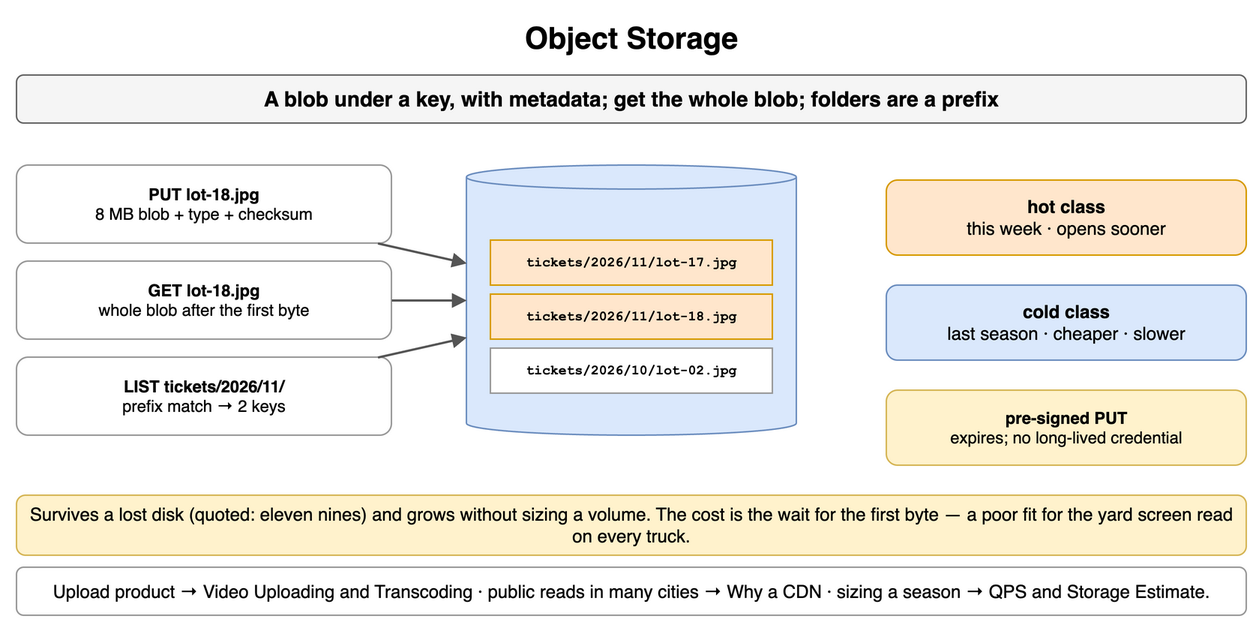
The draw.io diagram content/09_System_Design_Interview/13_Storage_and_Data_Processing_at_Scale/diagrams/storage-processing-1-object-storage.png in amendez13/swe-study-guide, before a commit. Source tidied: cells renumbered, new cells last; positions are measured from the earlier drawing's top-left corner, leaving out a move shared by most shapes. The source it was exported from:
```xml
<mxGraphModel>
  <root>
    <mxCell id="0" />
    <mxCell id="1" parent="0" />
    <mxCell id="2" value="Object Storage" style="text;html=1;align=center;verticalAlign=middle;whiteSpace=wrap;fontSize=20;fontStyle=1;" parent="1" vertex="1">
      <mxGeometry width="820" height="30" as="geometry" />
    </mxCell>
    <mxCell id="3" value="A blob under a key, with metadata; get the whole blob; folders are a prefix" style="rounded=1;whiteSpace=wrap;html=1;fillColor=#f5f5f5;strokeColor=#666666;fontStyle=1;fontSize=14;" parent="1" vertex="1">
      <mxGeometry y="40" width="820" height="32" as="geometry" />
    </mxCell>
    <mxCell id="4" value="object store" style="shape=cylinder3;whiteSpace=wrap;html=1;boundedLbl=1;backgroundOutline=1;size=8;fillColor=#dae8fc;strokeColor=#6c8ebf;fontStyle=1;fontSize=13;" parent="1" vertex="1">
      <mxGeometry x="300" y="100" width="220" height="180" as="geometry" />
    </mxCell>
    <mxCell id="5" value="tickets/2026/11/lot-17.jpg" style="rounded=0;whiteSpace=wrap;html=1;fontFamily=Courier New;fontStyle=1;fontSize=13;fillColor=#ffe6cc;strokeColor=#d79b00;fontSize=9;" parent="1" vertex="1">
      <mxGeometry x="316" y="150" width="188" height="30" as="geometry" />
    </mxCell>
    <mxCell id="6" value="tickets/2026/11/lot-18.jpg" style="rounded=0;whiteSpace=wrap;html=1;fontFamily=Courier New;fontStyle=1;fontSize=13;fillColor=#ffe6cc;strokeColor=#d79b00;fontSize=9;" parent="1" vertex="1">
      <mxGeometry x="316" y="186" width="188" height="30" as="geometry" />
    </mxCell>
    <mxCell id="7" value="tickets/2026/10/lot-02.jpg" style="rounded=0;whiteSpace=wrap;html=1;fontFamily=Courier New;fontStyle=1;fontSize=13;fillColor=#ffffff;strokeColor=#999999;fontSize=9;" parent="1" vertex="1">
      <mxGeometry x="316" y="222" width="188" height="30" as="geometry" />
    </mxCell>
    <mxCell id="8" value="PUT lot-18.jpg&lt;br&gt;&lt;span style='font-weight:normal'&gt;8 MB blob + type + checksum&lt;/span&gt;" style="rounded=1;whiteSpace=wrap;html=1;fillColor=#ffffff;strokeColor=#999999;fontSize=11;align=center;fontStyle=1;" parent="1" vertex="1">
      <mxGeometry y="100" width="250" height="52" as="geometry" />
    </mxCell>
    <mxCell id="9" style="endArrow=block;endSize=6;html=1;strokeWidth=1.5;strokeColor=#555555;fontSize=11;labelBackgroundColor=#ffffff;" parent="1" edge="1" source="8" target="4">
      <mxGeometry relative="1" as="geometry" />
    </mxCell>
    <mxCell id="10" value="GET lot-18.jpg&lt;br&gt;&lt;span style='font-weight:normal'&gt;whole blob after the first byte&lt;/span&gt;" style="rounded=1;whiteSpace=wrap;html=1;fillColor=#ffffff;strokeColor=#999999;fontSize=11;align=center;fontStyle=1;" parent="1" vertex="1">
      <mxGeometry y="164" width="250" height="52" as="geometry" />
    </mxCell>
    <mxCell id="11" style="endArrow=block;endSize=6;html=1;strokeWidth=1.5;strokeColor=#555555;fontSize=11;labelBackgroundColor=#ffffff;" parent="1" edge="1" source="10" target="4">
      <mxGeometry relative="1" as="geometry" />
    </mxCell>
    <mxCell id="12" value="LIST tickets/2026/11/&lt;br&gt;&lt;span style='font-weight:normal'&gt;prefix match → 2 keys&lt;/span&gt;" style="rounded=1;whiteSpace=wrap;html=1;fillColor=#ffffff;strokeColor=#999999;fontSize=11;align=center;fontStyle=1;" parent="1" vertex="1">
      <mxGeometry y="228" width="250" height="52" as="geometry" />
    </mxCell>
    <mxCell id="13" style="endArrow=block;endSize=6;html=1;strokeWidth=1.5;strokeColor=#555555;fontSize=11;labelBackgroundColor=#ffffff;" parent="1" edge="1" source="12" target="4">
      <mxGeometry relative="1" as="geometry" />
    </mxCell>
    <mxCell id="14" value="hot class&lt;br&gt;&lt;span style='font-weight:normal'&gt;this week · opens sooner&lt;/span&gt;" style="rounded=1;whiteSpace=wrap;html=1;fillColor=#ffe6cc;strokeColor=#d79b00;fontSize=12;align=center;fontStyle=1;" parent="1" vertex="1">
      <mxGeometry x="580" y="110" width="240" height="50" as="geometry" />
    </mxCell>
    <mxCell id="15" value="cold class&lt;br&gt;&lt;span style='font-weight:normal'&gt;last season · cheaper · slower&lt;/span&gt;" style="rounded=1;whiteSpace=wrap;html=1;fillColor=#dae8fc;strokeColor=#6c8ebf;fontSize=12;align=center;fontStyle=1;" parent="1" vertex="1">
      <mxGeometry x="580" y="180" width="240" height="50" as="geometry" />
    </mxCell>
    <mxCell id="16" value="pre-signed PUT&lt;br&gt;&lt;span style='font-weight:normal'&gt;expires; no long-lived credential&lt;/span&gt;" style="rounded=1;whiteSpace=wrap;html=1;fillColor=#fff2cc;strokeColor=#d6b656;fontSize=11;align=center;fontStyle=1;" parent="1" vertex="1">
      <mxGeometry x="580" y="250" width="240" height="50" as="geometry" />
    </mxCell>
    <mxCell id="17" value="Survives a lost disk (quoted: eleven nines) and grows without sizing a volume. The cost is the wait for the first byte — a poor fit for the yard screen read on every truck." style="rounded=1;whiteSpace=wrap;html=1;fillColor=#fff2cc;strokeColor=#d6b656;fontSize=12;align=center;" parent="1" vertex="1">
      <mxGeometry y="320" width="820" height="40" as="geometry" />
    </mxCell>
    <mxCell id="18" value="Upload product → Video Uploading and Transcoding · public reads in many cities → Why a CDN · sizing a season → QPS and Storage Estimate." style="rounded=1;whiteSpace=wrap;html=1;fillColor=#ffffff;strokeColor=#999999;fontSize=12;align=center;" parent="1" vertex="1">
      <mxGeometry y="368" width="820" height="32" as="geometry" />
    </mxCell>
  </root>
</mxGraphModel>
```
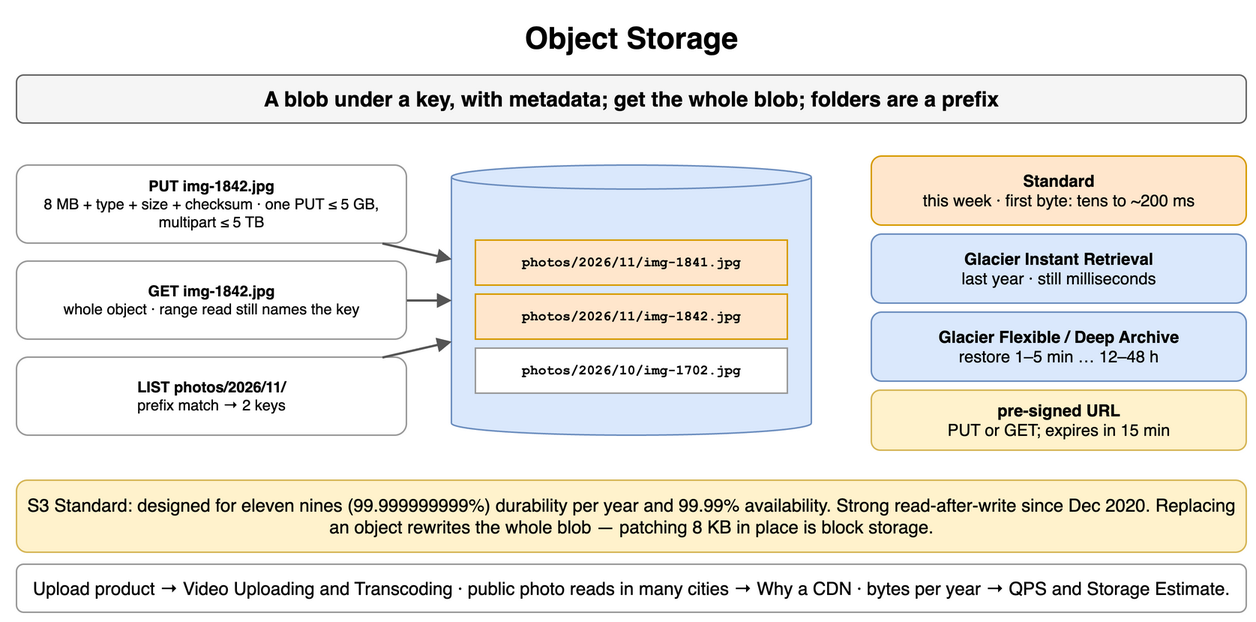
After the change.

Diff of the diagram source:
```diff
@@ -8,50 +8,53 @@
     <mxCell id="3" value="A blob under a key, with metadata; get the whole blob; folders are a prefix" style="rounded=1;whiteSpace=wrap;html=1;fillColor=#f5f5f5;strokeColor=#666666;fontStyle=1;fontSize=14;" parent="1" vertex="1">
       <mxGeometry y="40" width="820" height="32" as="geometry" />
     </mxCell>
-    <mxCell id="4" value="object store" style="shape=cylinder3;whiteSpace=wrap;html=1;boundedLbl=1;backgroundOutline=1;size=8;fillColor=#dae8fc;strokeColor=#6c8ebf;fontStyle=1;fontSize=13;" parent="1" vertex="1">
-      <mxGeometry x="300" y="100" width="220" height="180" as="geometry" />
+    <mxCell id="4" value="S3 bucket" style="shape=cylinder3;whiteSpace=wrap;html=1;boundedLbl=1;backgroundOutline=1;size=8;fillColor=#dae8fc;strokeColor=#6c8ebf;fontStyle=1;fontSize=13;" parent="1" vertex="1">
+      <mxGeometry x="290" y="100" width="240" height="180" as="geometry" />
     </mxCell>
-    <mxCell id="5" value="tickets/2026/11/lot-17.jpg" style="rounded=0;whiteSpace=wrap;html=1;fontFamily=Courier New;fontStyle=1;fontSize=13;fillColor=#ffe6cc;strokeColor=#d79b00;fontSize=9;" parent="1" vertex="1">
-      <mxGeometry x="316" y="150" width="188" height="30" as="geometry" />
+    <mxCell id="5" value="photos/2026/11/img-1841.jpg" style="rounded=0;whiteSpace=wrap;html=1;fontFamily=Courier New;fontStyle=1;fontSize=13;fillColor=#ffe6cc;strokeColor=#d79b00;fontSize=9;" parent="1" vertex="1">
+      <mxGeometry x="306" y="150" width="208" height="30" as="geometry" />
     </mxCell>
-    <mxCell id="6" value="tickets/2026/11/lot-18.jpg" style="rounded=0;whiteSpace=wrap;html=1;fontFamily=Courier New;fontStyle=1;fontSize=13;fillColor=#ffe6cc;strokeColor=#d79b00;fontSize=9;" parent="1" vertex="1">
-      <mxGeometry x="316" y="186" width="188" height="30" as="geometry" />
+    <mxCell id="6" value="photos/2026/11/img-1842.jpg" style="rounded=0;whiteSpace=wrap;html=1;fontFamily=Courier New;fontStyle=1;fontSize=13;fillColor=#ffe6cc;strokeColor=#d79b00;fontSize=9;" parent="1" vertex="1">
+      <mxGeometry x="306" y="186" width="208" height="30" as="geometry" />
     </mxCell>
-    <mxCell id="7" value="tickets/2026/10/lot-02.jpg" style="rounded=0;whiteSpace=wrap;html=1;fontFamily=Courier New;fontStyle=1;fontSize=13;fillColor=#ffffff;strokeColor=#999999;fontSize=9;" parent="1" vertex="1">
-      <mxGeometry x="316" y="222" width="188" height="30" as="geometry" />
+    <mxCell id="7" value="photos/2026/10/img-1702.jpg" style="rounded=0;whiteSpace=wrap;html=1;fontFamily=Courier New;fontStyle=1;fontSize=13;fillColor=#ffffff;strokeColor=#999999;fontSize=9;" parent="1" vertex="1">
+      <mxGeometry x="306" y="222" width="208" height="30" as="geometry" />
     </mxCell>
-    <mxCell id="8" value="PUT lot-18.jpg&lt;br&gt;&lt;span style='font-weight:normal'&gt;8 MB blob + type + checksum&lt;/span&gt;" style="rounded=1;whiteSpace=wrap;html=1;fillColor=#ffffff;strokeColor=#999999;fontSize=11;align=center;fontStyle=1;" parent="1" vertex="1">
-      <mxGeometry y="100" width="250" height="52" as="geometry" />
+    <mxCell id="8" value="PUT img-1842.jpg&lt;br&gt;&lt;span style='font-weight:normal'&gt;8 MB + type + size + checksum · one PUT ≤ 5 GB, multipart ≤ 5 TB&lt;/span&gt;" style="rounded=1;whiteSpace=wrap;html=1;fillColor=#ffffff;strokeColor=#999999;fontSize=10;align=center;fontStyle=1;" parent="1" vertex="1">
+      <mxGeometry y="100" width="260" height="52" as="geometry" />
     </mxCell>
     <mxCell id="9" style="endArrow=block;endSize=6;html=1;strokeWidth=1.5;strokeColor=#555555;fontSize=11;labelBackgroundColor=#ffffff;" parent="1" edge="1" source="8" target="4">
       <mxGeometry relative="1" as="geometry" />
     </mxCell>
-    <mxCell id="10" value="GET lot-18.jpg&lt;br&gt;&lt;span style='font-weight:normal'&gt;whole blob after the first byte&lt;/span&gt;" style="rounded=1;whiteSpace=wrap;html=1;fillColor=#ffffff;strokeColor=#999999;fontSize=11;align=center;fontStyle=1;" parent="1" vertex="1">
-      <mxGeometry y="164" width="250" height="52" as="geometry" />
+    <mxCell id="10" value="GET img-1842.jpg&lt;br&gt;&lt;span style='font-weight:normal'&gt;whole object · range read still names the key&lt;/span&gt;" style="rounded=1;whiteSpace=wrap;html=1;fillColor=#ffffff;strokeColor=#999999;fontSize=10;align=center;fontStyle=1;" parent="1" vertex="1">
+      <mxGeometry y="164" width="260" height="52" as="geometry" />
     </mxCell>
     <mxCell id="11" style="endArrow=block;endSize=6;html=1;strokeWidth=1.5;strokeColor=#555555;fontSize=11;labelBackgroundColor=#ffffff;" parent="1" edge="1" source="10" target="4">
       <mxGeometry relative="1" as="geometry" />
     </mxCell>
-    <mxCell id="12" value="LIST tickets/2026/11/&lt;br&gt;&lt;span style='font-weight:normal'&gt;prefix match → 2 keys&lt;/span&gt;" style="rounded=1;whiteSpace=wrap;html=1;fillColor=#ffffff;strokeColor=#999999;fontSize=11;align=center;fontStyle=1;" parent="1" vertex="1">
-      <mxGeometry y="228" width="250" height="52" as="geometry" />
+    <mxCell id="12" value="LIST photos/2026/11/&lt;br&gt;&lt;span style='font-weight:normal'&gt;prefix match → 2 keys&lt;/span&gt;" style="rounded=1;whiteSpace=wrap;html=1;fillColor=#ffffff;strokeColor=#999999;fontSize=10;align=center;fontStyle=1;" parent="1" vertex="1">
+      <mxGeometry y="228" width="260" height="52" as="geometry" />
     </mxCell>
     <mxCell id="13" style="endArrow=block;endSize=6;html=1;strokeWidth=1.5;strokeColor=#555555;fontSize=11;labelBackgroundColor=#ffffff;" parent="1" edge="1" source="12" target="4">
       <mxGeometry relative="1" as="geometry" />
     </mxCell>
-    <mxCell id="14" value="hot class&lt;br&gt;&lt;span style='font-weight:normal'&gt;this week · opens sooner&lt;/span&gt;" style="rounded=1;whiteSpace=wrap;html=1;fillColor=#ffe6cc;strokeColor=#d79b00;fontSize=12;align=center;fontStyle=1;" parent="1" vertex="1">
-      <mxGeometry x="580" y="110" width="240" height="50" as="geometry" />
+    <mxCell id="14" value="Standard&lt;br&gt;&lt;span style='font-weight:normal'&gt;this week · first byte: tens to ~200 ms&lt;/span&gt;" style="rounded=1;whiteSpace=wrap;html=1;fillColor=#ffe6cc;strokeColor=#d79b00;fontSize=11;align=center;fontStyle=1;" parent="1" vertex="1">
+      <mxGeometry x="570" y="94" width="250" height="46" as="geometry" />
     </mxCell>
-    <mxCell id="15" value="cold class&lt;br&gt;&lt;span style='font-weight:normal'&gt;last season · cheaper · slower&lt;/span&gt;" style="rounded=1;whiteSpace=wrap;html=1;fillColor=#dae8fc;strokeColor=#6c8ebf;fontSize=12;align=center;fontStyle=1;" parent="1" vertex="1">
-      <mxGeometry x="580" y="180" width="240" height="50" as="geometry" />
+    <mxCell id="15" value="Glacier Instant Retrieval&lt;br&gt;&lt;span style='font-weight:normal'&gt;last year · still milliseconds&lt;/span&gt;" style="rounded=1;whiteSpace=wrap;html=1;fillColor=#dae8fc;strokeColor=#6c8ebf;fontSize=11;align=center;fontStyle=1;" parent="1" vertex="1">
+      <mxGeometry x="570" y="146" width="250" height="46" as="geometry" />
     </mxCell>
-    <mxCell id="16" value="pre-signed PUT&lt;br&gt;&lt;span style='font-weight:normal'&gt;expires; no long-lived credential&lt;/span&gt;" style="rounded=1;whiteSpace=wrap;html=1;fillColor=#fff2cc;strokeColor=#d6b656;fontSize=11;align=center;fontStyle=1;" parent="1" vertex="1">
-      <mxGeometry x="580" y="250" width="240" height="50" as="geometry" />
+    <mxCell id="16" value="Glacier Flexible / Deep Archive&lt;br&gt;&lt;span style='font-weight:normal'&gt;restore 1–5 min … 12–48 h&lt;/span&gt;" style="rounded=1;whiteSpace=wrap;html=1;fillColor=#dae8fc;strokeColor=#6c8ebf;fontSize=11;align=center;fontStyle=1;" parent="1" vertex="1">
+      <mxGeometry x="570" y="198" width="250" height="46" as="geometry" />
     </mxCell>
-    <mxCell id="17" value="Survives a lost disk (quoted: eleven nines) and grows without sizing a volume. The cost is the wait for the first byte — a poor fit for the yard screen read on every truck." style="rounded=1;whiteSpace=wrap;html=1;fillColor=#fff2cc;strokeColor=#d6b656;fontSize=12;align=center;" parent="1" vertex="1">
-      <mxGeometry y="320" width="820" height="40" as="geometry" />
+    <mxCell id="17" value="pre-signed URL&lt;br&gt;&lt;span style='font-weight:normal'&gt;PUT or GET; expires in 15 min&lt;/span&gt;" style="rounded=1;whiteSpace=wrap;html=1;fillColor=#fff2cc;strokeColor=#d6b656;fontSize=11;align=center;fontStyle=1;" parent="1" vertex="1">
+      <mxGeometry x="570" y="250" width="250" height="40" as="geometry" />
     </mxCell>
-    <mxCell id="18" value="Upload product → Video Uploading and Transcoding · public reads in many cities → Why a CDN · sizing a season → QPS and Storage Estimate." style="rounded=1;whiteSpace=wrap;html=1;fillColor=#ffffff;strokeColor=#999999;fontSize=12;align=center;" parent="1" vertex="1">
-      <mxGeometry y="368" width="820" height="32" as="geometry" />
+    <mxCell id="18" value="S3 Standard: designed for eleven nines (99.999999999%) durability per year and 99.99% availability. Strong read-after-write since Dec 2020. Replacing an object rewrites the whole blob — patching 8 KB in place is block storage." style="rounded=1;whiteSpace=wrap;html=1;fillColor=#fff2cc;strokeColor=#d6b656;fontSize=12;align=center;" parent="1" vertex="1">
+      <mxGeometry y="310" width="820" height="48" as="geometry" />
     </mxCell>
+    <mxCell id="19" value="Upload product → Video Uploading and Transcoding · public photo reads in many cities → Why a CDN · bytes per year → QPS and Storage Estimate." style="rounded=1;whiteSpace=wrap;html=1;fillColor=#ffffff;strokeColor=#999999;fontSize=12;align=center;" parent="1" vertex="1">
+      <mxGeometry y="366" width="820" height="32" as="geometry" />
+    </mxCell>
   </root>
 </mxGraphModel>
```
